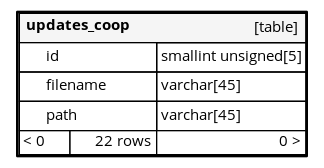
This is diagrams/orphans/updates_coop.1degree.png from FAForever/db, a Graphviz export, as it was before one commit. Its source is kept beside it as diagrams/orphans/updates_coop.1degree.dot.
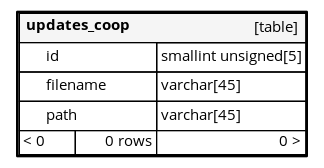
After the change.

The edit, as a diff of the source:
```diff
@@ -23,7 +23,7 @@
       <TR><TD PORT="id" COLSPAN="2" BGCOLOR="#ffffff" ALIGN="LEFT"><TABLE BORDER="0" CELLSPACING="0" ALIGN="LEFT"><TR ALIGN="LEFT"><TD ALIGN="LEFT" FIXEDSIZE="TRUE" WIDTH="15" HEIGHT="16"></TD><TD ALIGN="LEFT" FIXEDSIZE="TRUE" WIDTH="82" HEIGHT="16">id</TD></TR></TABLE></TD><TD PORT="id.type" ALIGN="LEFT">smallint unsigned[5]</TD></TR>
       <TR><TD PORT="filename" COLSPAN="2" ALIGN="LEFT"><TABLE BORDER="0" CELLSPACING="0" ALIGN="LEFT"><TR ALIGN="LEFT"><TD ALIGN="LEFT" FIXEDSIZE="TRUE" WIDTH="15" HEIGHT="16"></TD><TD ALIGN="LEFT" FIXEDSIZE="TRUE" WIDTH="82" HEIGHT="16">filename</TD></TR></TABLE></TD><TD PORT="filename.type" ALIGN="LEFT">varchar[45]</TD></TR>
       <TR><TD PORT="path" COLSPAN="2" ALIGN="LEFT"><TABLE BORDER="0" CELLSPACING="0" ALIGN="LEFT"><TR ALIGN="LEFT"><TD ALIGN="LEFT" FIXEDSIZE="TRUE" WIDTH="15" HEIGHT="16"></TD><TD ALIGN="LEFT" FIXEDSIZE="TRUE" WIDTH="82" HEIGHT="16">path</TD></TR></TABLE></TD><TD PORT="path.type" ALIGN="LEFT">varchar[45]</TD></TR>
-      <TR><TD ALIGN="LEFT" BGCOLOR="#ffffff">&lt; 0</TD><TD ALIGN="RIGHT" BGCOLOR="#ffffff">22 rows</TD><TD ALIGN="RIGHT" BGCOLOR="#ffffff">0 &gt;</TD></TR>
+      <TR><TD ALIGN="LEFT" BGCOLOR="#ffffff">&lt; 0</TD><TD ALIGN="RIGHT" BGCOLOR="#ffffff">0 rows</TD><TD ALIGN="RIGHT" BGCOLOR="#ffffff">0 &gt;</TD></TR>
     </TABLE>>
     URL="tables/updates_coop.html"
     target="_top"
```
